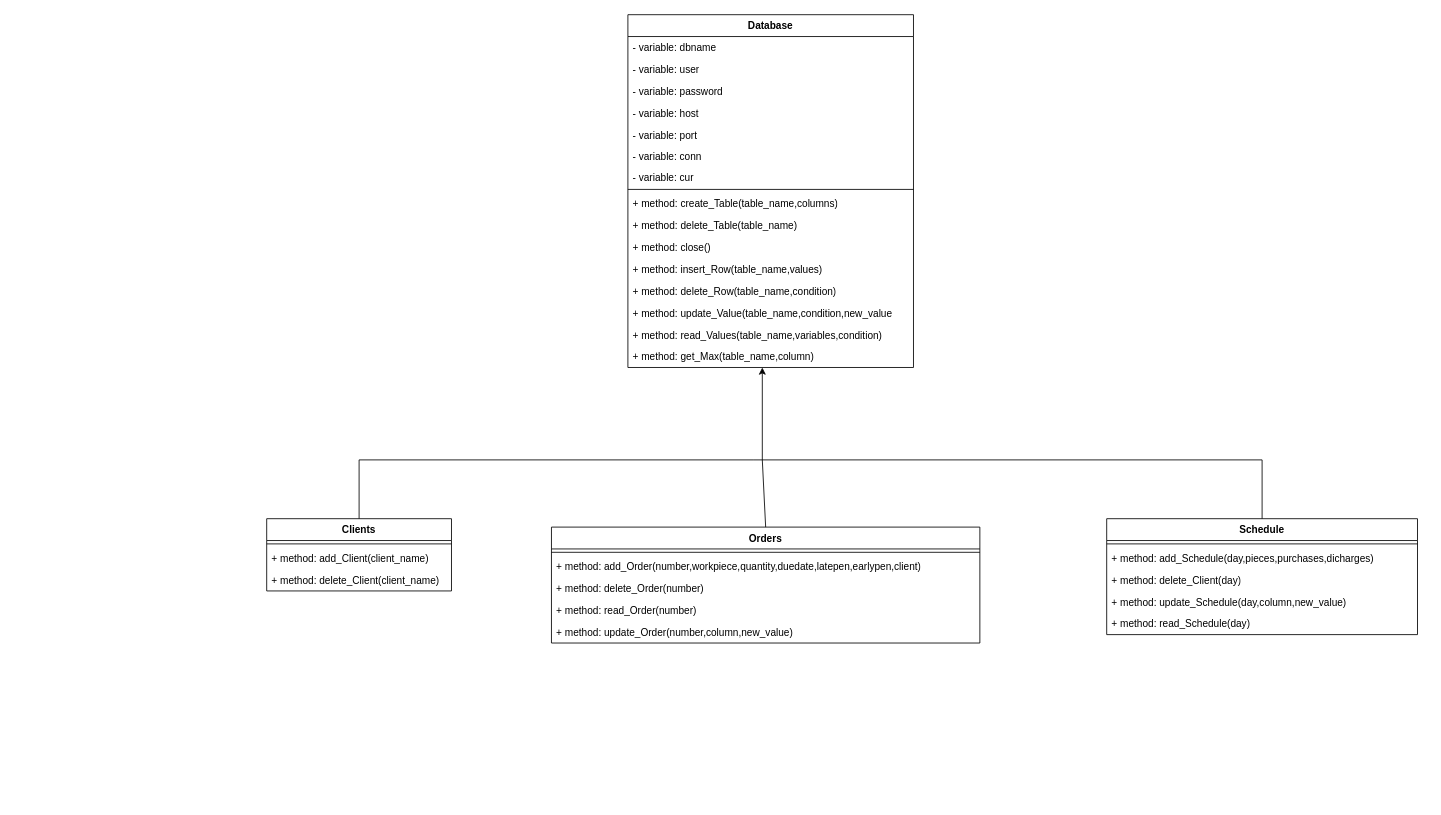
Before: page "Database Classes" (8 of 9) of PLA_APP_Diagrams.drawio in gpizzigh-bit/Automation-of-a-Production-Line, a draw.io diagram. Source tidied: cells renumbered, new cells numbered last; positions are measured from the earlier drawing's top-left corner, leaving out a move shared by most shapes. Both pictures are drawn from the tidied source at 84%, with x=0, y=0 at pixel (266, 14).
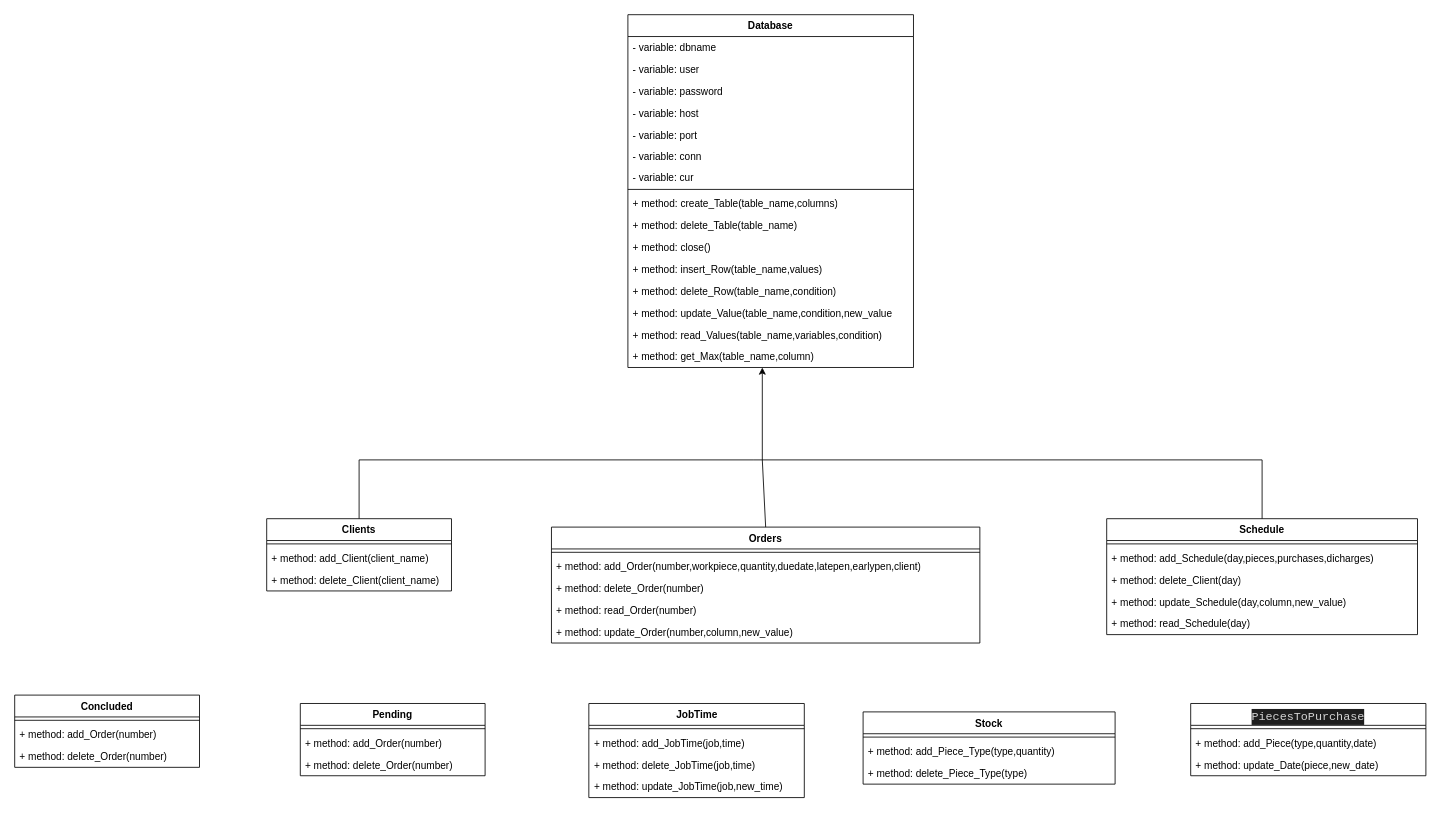
The same page after the edit.

The edit, as a diff of the source:
```diff
@@
+    <mxCell id="39" value="Pending" style="swimlane;fontStyle=1;align=center;verticalAlign=top;horizontal=1;startSize=26;whiteSpace=wrap;html=1;" parent="1" vertex="1">
+      <mxGeometry x="40" y="820" width="220" height="86" as="geometry" />
+    </mxCell>
+    <mxCell id="40" style="line;strokeWidth=1;fillColor=none;align=left;verticalAlign=middle;spacingTop=-1;spacingLeft=3;spacingRight=3;labelPosition=right;strokeColor=inherit;" parent="39" vertex="1">
+      <mxGeometry y="26" width="220" height="8" as="geometry" />
+    </mxCell>
+    <mxCell id="41" value="+ method: add_Order(number)" style="text;strokeColor=none;fillColor=none;align=left;verticalAlign=top;spacingLeft=4;spacingRight=4;overflow=hidden;whiteSpace=wrap;html=1;" parent="39" vertex="1">
+      <mxGeometry y="34" width="220" height="26" as="geometry" />
+    </mxCell>
+    <mxCell id="42" value="+ method: delete_Order(number)" style="text;strokeColor=none;fillColor=none;align=left;verticalAlign=top;spacingLeft=4;spacingRight=4;overflow=hidden;whiteSpace=wrap;html=1;" parent="39" vertex="1">
+      <mxGeometry y="60" width="220" height="26" as="geometry" />
+    </mxCell>
+    <mxCell id="43" value="JobTime" style="swimlane;fontStyle=1;align=center;verticalAlign=top;horizontal=1;startSize=26;whiteSpace=wrap;html=1;" parent="1" vertex="1">
+      <mxGeometry x="383.5" y="820" width="256.5" height="112" as="geometry" />
+    </mxCell>
+    <mxCell id="44" style="line;strokeWidth=1;fillColor=none;align=left;verticalAlign=middle;spacingTop=-1;spacingLeft=3;spacingRight=3;labelPosition=right;strokeColor=inherit;" parent="43" vertex="1">
+      <mxGeometry y="26" width="256.5" height="8" as="geometry" />
+    </mxCell>
+    <mxCell id="45" value="+ method: add_JobTime(job,time)" style="text;strokeColor=none;fillColor=none;align=left;verticalAlign=top;spacingLeft=4;spacingRight=4;overflow=hidden;whiteSpace=wrap;html=1;" parent="43" vertex="1">
+      <mxGeometry y="34" width="256.5" height="26" as="geometry" />
+    </mxCell>
+    <mxCell id="46" value="+ method: delete_JobTime(job,time)" style="text;strokeColor=none;fillColor=none;align=left;verticalAlign=top;spacingLeft=4;spacingRight=4;overflow=hidden;whiteSpace=wrap;html=1;" parent="43" vertex="1">
+      <mxGeometry y="60" width="256.5" height="26" as="geometry" />
+    </mxCell>
+    <mxCell id="47" value="+ method: update_JobTime(job,new_time)" style="text;strokeColor=none;fillColor=none;align=left;verticalAlign=top;spacingLeft=4;spacingRight=4;overflow=hidden;whiteSpace=wrap;html=1;" parent="43" vertex="1">
+      <mxGeometry y="86" width="256.5" height="26" as="geometry" />
+    </mxCell>
+    <mxCell id="48" value="Stock" style="swimlane;fontStyle=1;align=center;verticalAlign=top;horizontal=1;startSize=26;whiteSpace=wrap;html=1;" parent="1" vertex="1">
+      <mxGeometry x="710" y="830" width="300" height="86" as="geometry" />
+    </mxCell>
+    <mxCell id="49" style="line;strokeWidth=1;fillColor=none;align=left;verticalAlign=middle;spacingTop=-1;spacingLeft=3;spacingRight=3;labelPosition=right;strokeColor=inherit;" parent="48" vertex="1">
+      <mxGeometry y="26" width="300" height="8" as="geometry" />
+    </mxCell>
+    <mxCell id="50" value="+ method: add_Piece_Type(type,quantity)" style="text;strokeColor=none;fillColor=none;align=left;verticalAlign=top;spacingLeft=4;spacingRight=4;overflow=hidden;whiteSpace=wrap;html=1;" parent="48" vertex="1">
+      <mxGeometry y="34" width="300" height="26" as="geometry" />
+    </mxCell>
+    <mxCell id="51" value="+ method: delete_Piece_Type(type)" style="text;strokeColor=none;fillColor=none;align=left;verticalAlign=top;spacingLeft=4;spacingRight=4;overflow=hidden;whiteSpace=wrap;html=1;" parent="48" vertex="1">
+      <mxGeometry y="60" width="300" height="26" as="geometry" />
+    </mxCell>
+    <mxCell id="52" value="&lt;div style=&quot;color: rgb(212, 212, 212); background-color: rgb(30, 30, 30); font-family: Consolas, &amp;quot;Courier New&amp;quot;, monospace; font-weight: normal; font-size: 14px; line-height: 19px;&quot;&gt;PiecesToPurchase&lt;/div&gt;" style="swimlane;fontStyle=1;align=center;verticalAlign=top;horizontal=1;startSize=26;whiteSpace=wrap;html=1;" parent="1" vertex="1">
+      <mxGeometry x="1100" y="820" width="280" height="86" as="geometry" />
+    </mxCell>
+    <mxCell id="53" style="line;strokeWidth=1;fillColor=none;align=left;verticalAlign=middle;spacingTop=-1;spacingLeft=3;spacingRight=3;labelPosition=right;strokeColor=inherit;" parent="52" vertex="1">
+      <mxGeometry y="26" width="280" height="8" as="geometry" />
+    </mxCell>
+    <mxCell id="54" value="+ method: add_Piece(type,quantity,date)" style="text;strokeColor=none;fillColor=none;align=left;verticalAlign=top;spacingLeft=4;spacingRight=4;overflow=hidden;whiteSpace=wrap;html=1;" parent="52" vertex="1">
+      <mxGeometry y="34" width="280" height="26" as="geometry" />
+    </mxCell>
+    <mxCell id="55" value="+ method: update_Date(piece,new_date)" style="text;strokeColor=none;fillColor=none;align=left;verticalAlign=top;spacingLeft=4;spacingRight=4;overflow=hidden;whiteSpace=wrap;html=1;" parent="52" vertex="1">
+      <mxGeometry y="60" width="280" height="26" as="geometry" />
+    </mxCell>
+    <mxCell id="56" value="Concluded" style="swimlane;fontStyle=1;align=center;verticalAlign=top;horizontal=1;startSize=26;whiteSpace=wrap;html=1;" parent="1" vertex="1">
+      <mxGeometry x="-300" y="810" width="220" height="86" as="geometry" />
+    </mxCell>
+    <mxCell id="57" style="line;strokeWidth=1;fillColor=none;align=left;verticalAlign=middle;spacingTop=-1;spacingLeft=3;spacingRight=3;labelPosition=right;strokeColor=inherit;" parent="56" vertex="1">
+      <mxGeometry y="26" width="220" height="8" as="geometry" />
+    </mxCell>
+    <mxCell id="58" value="+ method: add_Order(number)" style="text;strokeColor=none;fillColor=none;align=left;verticalAlign=top;spacingLeft=4;spacingRight=4;overflow=hidden;whiteSpace=wrap;html=1;" parent="56" vertex="1">
+      <mxGeometry y="34" width="220" height="26" as="geometry" />
+    </mxCell>
+    <mxCell id="59" value="+ method: delete_Order(number)" style="text;strokeColor=none;fillColor=none;align=left;verticalAlign=top;spacingLeft=4;spacingRight=4;overflow=hidden;whiteSpace=wrap;html=1;" parent="56" vertex="1">
+      <mxGeometry y="60" width="220" height="26" as="geometry" />
+    </mxCell>
```
